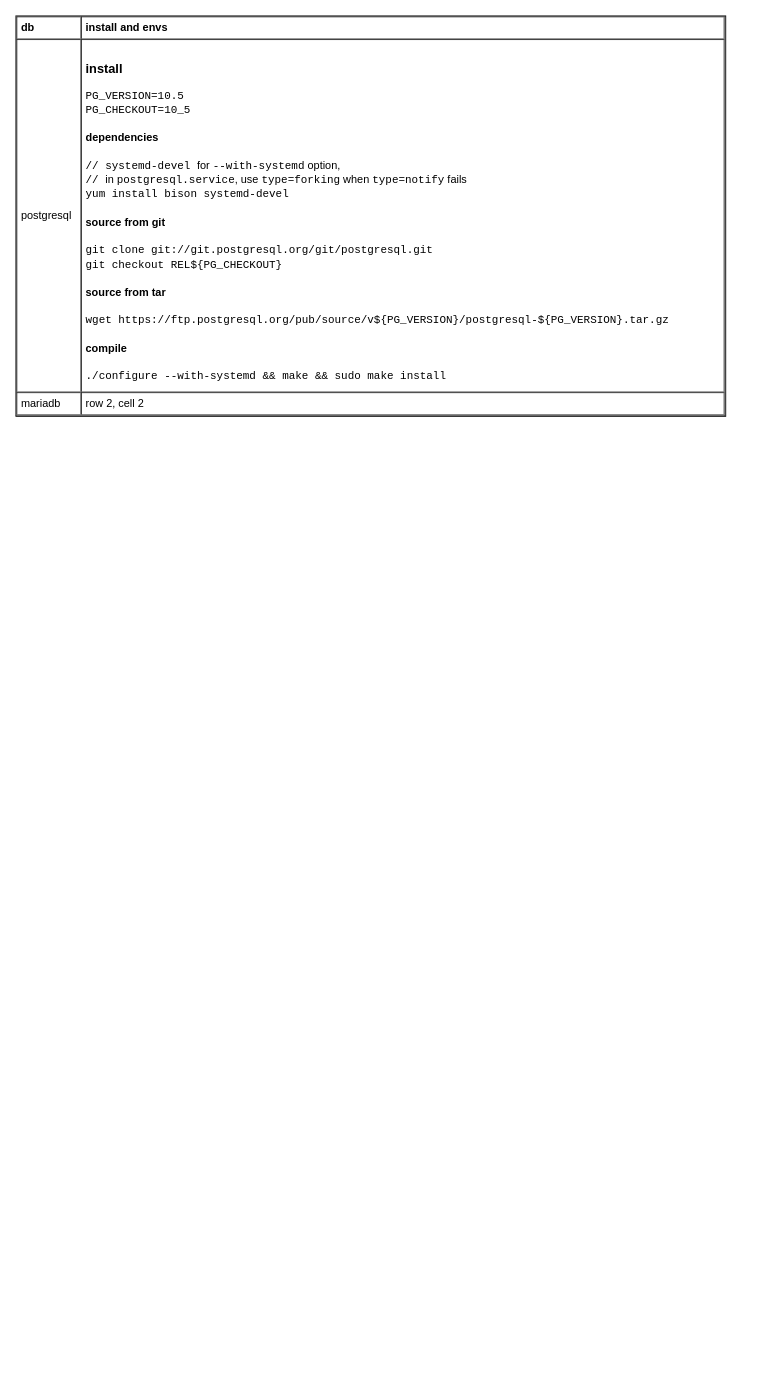
The draw.io diagram page "install" (2 of 8) of db/db.drawio in yangdj/tf_docs, before the edit. Source tidied: cells renumbered, new cells numbered last; positions are measured from the earlier drawing's top-left corner, leaving out a move shared by most shapes. Both pictures are drawn from the tidied source at 91%, with x=0, y=0 at pixel (15, 15).
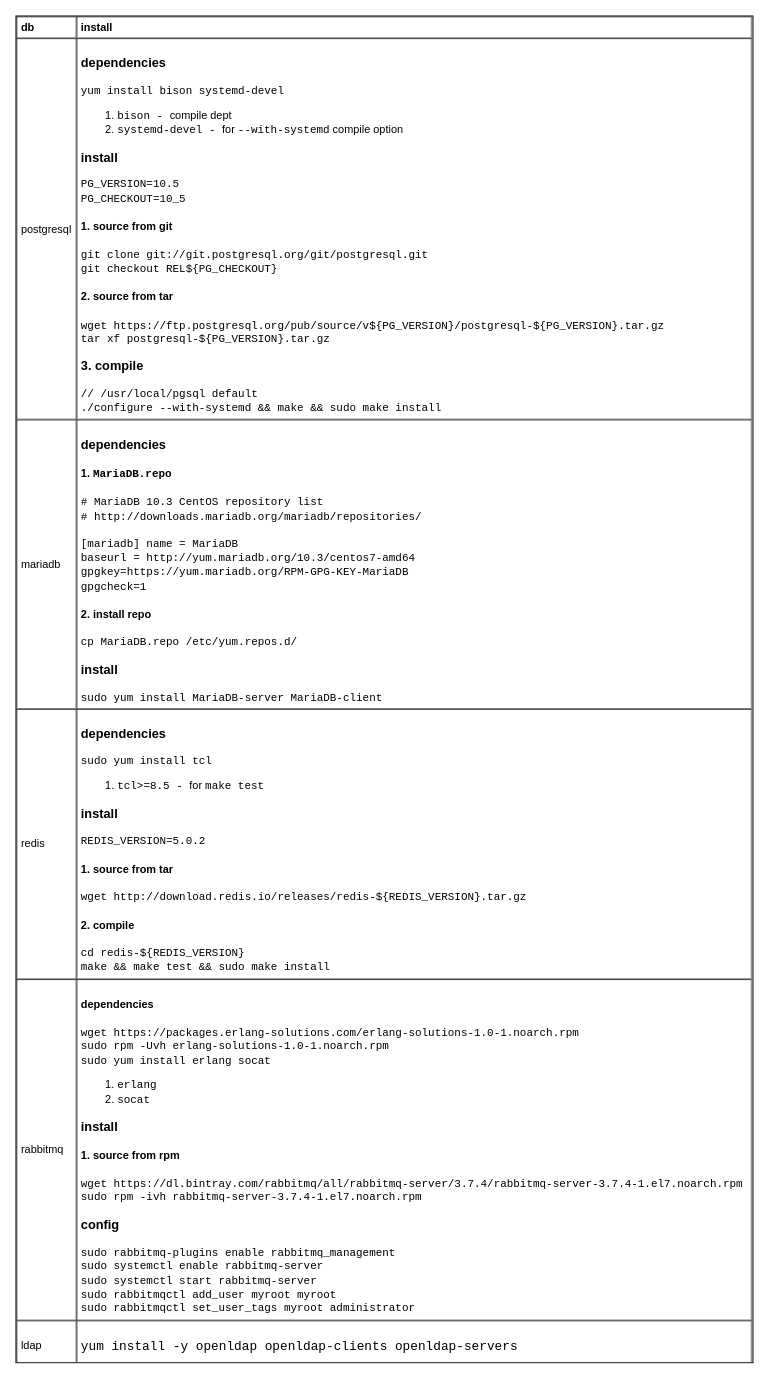
The same diagram, later.

Change to the diagram source:
```diff
@@
 <mxGraphModel>
   <root>
     <mxCell id="0" />
     <mxCell id="1" parent="0" />
-    <mxCell id="2" value="&lt;table cellpadding=&quot;4&quot; cellspacing=&quot;0&quot; border=&quot;1&quot; style=&quot;font-size: 1em ; width: 100% ; height: 100%&quot;&gt;&lt;tbody&gt;&lt;tr&gt;&lt;th&gt;db&lt;/th&gt;&lt;th&gt;install and envs&lt;/th&gt;&lt;/tr&gt;&lt;tr&gt;&lt;td&gt;postgresql&lt;/td&gt;&lt;td&gt;&lt;h3&gt;install&lt;/h3&gt;&lt;div&gt;&lt;font face=&quot;Courier New&quot;&gt;PG_VERSION=10.5&lt;/font&gt;&lt;/div&gt;&lt;div&gt;&lt;font face=&quot;Courier New&quot;&gt;PG_CHECKOUT=10_5&lt;/font&gt;&lt;/div&gt;&lt;h4&gt;dependencies&lt;/h4&gt;&lt;div&gt;&lt;font face=&quot;Courier New&quot;&gt;//&amp;nbsp;systemd-devel&amp;nbsp;&lt;/font&gt;for &lt;font face=&quot;Courier New&quot;&gt;--with-systemd&lt;/font&gt;&amp;nbsp;option,&amp;nbsp;&lt;/div&gt;&lt;div&gt;&lt;span style=&quot;font-size: 1em&quot;&gt;&lt;font face=&quot;Courier New&quot;&gt;// &lt;/font&gt;in &lt;font face=&quot;Courier New&quot;&gt;postgresql.service&lt;/font&gt;,&amp;nbsp;&lt;/span&gt;&lt;span style=&quot;font-size: 1em&quot;&gt;use &lt;font face=&quot;Courier New&quot;&gt;type=forking&lt;/font&gt;&lt;/span&gt;&lt;span style=&quot;font-size: 1em&quot;&gt;&amp;nbsp;when &lt;font face=&quot;Courier New&quot;&gt;type=notify&lt;/font&gt;&amp;nbsp;fails&lt;/span&gt;&lt;/div&gt;&lt;div&gt;&lt;font face=&quot;Courier New&quot;&gt;yum install bison systemd-devel&lt;/font&gt;&lt;/div&gt;&lt;h4&gt;source from git&lt;/h4&gt;&lt;div&gt;&lt;font face=&quot;Courier New&quot;&gt;git clone git://git.postgresql.org/git/postgresql.git&lt;br&gt;&lt;/font&gt;&lt;/div&gt;&lt;div&gt;&lt;font face=&quot;Courier New&quot;&gt;git checkout REL${PG_CHECKOUT}&lt;/font&gt;&lt;/div&gt;&lt;h4&gt;source from tar&lt;/h4&gt;&lt;div&gt;&lt;font face=&quot;Courier New&quot;&gt;wget https://ftp.postgresql.org/pub/source/v${PG_VERSION}/postgresql-${PG_VERSION}.tar.gz&lt;/font&gt;&lt;/div&gt;&lt;h4&gt;compile&lt;/h4&gt;&lt;div&gt;&lt;font face=&quot;Courier New&quot;&gt;./configure --with-systemd &amp;amp;&amp;amp; make &amp;amp;&amp;amp; sudo make install&lt;br&gt;&lt;/font&gt;&lt;/div&gt;&lt;/td&gt;&lt;/tr&gt;&lt;tr&gt;&lt;td&gt;mariadb&lt;/td&gt;&lt;td&gt;row 2, cell 2&lt;/td&gt;&lt;/tr&gt;&lt;/tbody&gt;&lt;/table&gt; " style="verticalAlign=top;align=left;overflow=fill;fontSize=12;fontFamily=Helvetica;html=1;" parent="1" vertex="1">
-      <mxGeometry width="780" height="440" as="geometry" />
+    <mxCell id="2" value="&lt;table cellpadding=&quot;4&quot; cellspacing=&quot;0&quot; border=&quot;1&quot; style=&quot;font-size: 1em ; width: 100% ; height: 100%&quot;&gt;&lt;tbody&gt;&lt;tr&gt;&lt;th&gt;db&lt;/th&gt;&lt;th&gt;install&lt;/th&gt;&lt;/tr&gt;&lt;tr&gt;&lt;td&gt;postgresql&lt;/td&gt;&lt;td&gt;&lt;h3&gt;dependencies&lt;/h3&gt;&lt;div&gt;&lt;span style=&quot;font-family: &amp;#34;courier new&amp;#34; ; font-size: 1em&quot;&gt;yum install bison systemd-devel&lt;/span&gt;&lt;br&gt;&lt;/div&gt;&lt;div&gt;&lt;div&gt;&lt;ol&gt;&lt;li&gt;&lt;font face=&quot;Courier New&quot;&gt;bison - &lt;/font&gt;compile dept&lt;/li&gt;&lt;li&gt;&lt;font face=&quot;Courier New&quot;&gt;systemd-devel -&amp;nbsp;&lt;/font&gt;for&amp;nbsp;&lt;font face=&quot;Courier New&quot;&gt;--with-systemd&lt;/font&gt;&amp;nbsp;compile option&lt;/li&gt;&lt;/ol&gt;&lt;/div&gt;&lt;/div&gt;&lt;h3&gt;install&lt;/h3&gt;&lt;div&gt;&lt;div&gt;&lt;font face=&quot;Courier New&quot;&gt;PG_VERSION=10.5&lt;/font&gt;&lt;/div&gt;&lt;div&gt;&lt;font face=&quot;Courier New&quot;&gt;PG_CHECKOUT=10_5&lt;/font&gt;&lt;/div&gt;&lt;/div&gt;&lt;h4&gt;1. source from git&lt;/h4&gt;&lt;div&gt;&lt;font face=&quot;Courier New&quot;&gt;git clone git://git.postgresql.org/git/postgresql.git&lt;br&gt;&lt;/font&gt;&lt;/div&gt;&lt;div&gt;&lt;font face=&quot;Courier New&quot;&gt;git checkout REL${PG_CHECKOUT}&lt;/font&gt;&lt;/div&gt;&lt;h4&gt;2. source from tar&lt;/h4&gt;&lt;div&gt;&lt;font face=&quot;Courier New&quot;&gt;wget https://ftp.postgresql.org/pub/source/v${PG_VERSION}/postgresql-${PG_VERSION}.tar.gz&lt;/font&gt;&lt;/div&gt;&lt;div&gt;&lt;font face=&quot;Courier New&quot;&gt;tar xf postgresql-${PG_VERSION}.tar.gz&lt;br&gt;&lt;/font&gt;&lt;/div&gt;&lt;h3&gt;3. compile&lt;/h3&gt;&lt;div&gt;&lt;font face=&quot;Courier New&quot;&gt;// &lt;/font&gt;&lt;span&gt;&lt;font face=&quot;Courier New&quot;&gt;/usr/local/pgsql default&lt;/font&gt;&lt;/span&gt;&lt;/div&gt;&lt;div&gt;&lt;font face=&quot;Courier New&quot;&gt;./configure --with-systemd &amp;amp;&amp;amp; make &amp;amp;&amp;amp; sudo make install&lt;br&gt;&lt;/font&gt;&lt;/div&gt;&lt;/td&gt;&lt;/tr&gt;&lt;tr&gt;&lt;td&gt;mariadb&lt;/td&gt;&lt;td&gt;&lt;h3&gt;dependencies&lt;/h3&gt;&lt;h4&gt;1. &lt;font face=&quot;Courier New&quot;&gt;MariaDB.repo&lt;/font&gt;&lt;/h4&gt;&lt;div&gt;&lt;font face=&quot;Courier New&quot;&gt;# MariaDB 10.3 CentOS repository list&lt;/font&gt;&lt;/div&gt;&lt;div&gt;&lt;font face=&quot;Courier New&quot;&gt;# http://downloads.mariadb.org/mariadb/repositories/&lt;/font&gt;&lt;/div&gt;&lt;div&gt;&lt;font face=&quot;Courier New&quot;&gt;&lt;br&gt;&lt;/font&gt;&lt;/div&gt;&lt;div&gt;&lt;font face=&quot;Courier New&quot;&gt;[mariadb] name = MariaDB&lt;/font&gt;&lt;/div&gt;&lt;div&gt;&lt;font face=&quot;Courier New&quot;&gt;baseurl = http://yum.mariadb.org/10.3/centos7-amd64&amp;nbsp;&lt;/font&gt;&lt;/div&gt;&lt;div&gt;&lt;font face=&quot;Courier New&quot;&gt;gpgkey=https://yum.mariadb.org/RPM-GPG-KEY-MariaDB&lt;/font&gt;&lt;/div&gt;&lt;div&gt;&lt;font face=&quot;Courier New&quot;&gt;gpgcheck=1&lt;/font&gt;&lt;/div&gt;&lt;h4&gt;2. install repo&lt;/h4&gt;&lt;div&gt;&lt;font face=&quot;Courier New&quot;&gt;cp MariaDB.repo /etc/yum.repos.d/&lt;/font&gt;&lt;/div&gt;&lt;h3&gt;install&lt;/h3&gt;&lt;div&gt;&lt;font face=&quot;Courier New&quot;&gt;sudo yum install MariaDB-server MariaDB-client&lt;/font&gt;&lt;br&gt;&lt;/div&gt;&lt;/td&gt;&lt;/tr&gt;&lt;tr&gt;&lt;td&gt;redis&lt;/td&gt;&lt;td&gt;&lt;h3&gt;dependencies&lt;/h3&gt;&lt;div&gt;&lt;span style=&quot;font-family: &amp;#34;courier new&amp;#34; ; font-size: 1em&quot;&gt;sudo yum install tcl&lt;/span&gt;&lt;br&gt;&lt;/div&gt;&lt;div&gt;&lt;ol&gt;&lt;li&gt;&lt;font face=&quot;Courier New&quot;&gt;tcl&amp;gt;=8.5 - &lt;/font&gt;for &lt;font face=&quot;Courier New&quot;&gt;make test&lt;br&gt;&lt;/font&gt;&lt;/li&gt;&lt;/ol&gt;&lt;/div&gt;&lt;h3&gt;install&lt;/h3&gt;&lt;div&gt;&lt;font face=&quot;Courier New&quot;&gt;REDIS_VERSION=5.0.2&lt;/font&gt;&lt;/div&gt;&lt;h4&gt;1. source from tar&lt;/h4&gt;&lt;div&gt;&lt;font face=&quot;Courier New&quot;&gt;wget http://download.redis.io/releases/redis-${REDIS_VERSION}.tar.gz&lt;br&gt;&lt;/font&gt;&lt;/div&gt;&lt;h4&gt;2. compile&lt;/h4&gt;&lt;div&gt;&lt;font face=&quot;Courier New&quot;&gt;cd redis-${REDIS_VERSION}&lt;/font&gt;&lt;/div&gt;&lt;div&gt;&lt;font face=&quot;Courier New&quot;&gt;make &amp;amp;&amp;amp; make test &amp;amp;&amp;amp; sudo make install&lt;/font&gt;&lt;/div&gt;&lt;/td&gt;&lt;/tr&gt;&lt;tr&gt;&lt;td&gt;rabbitmq&lt;/td&gt;&lt;td&gt;&lt;h4&gt;dependencies&lt;/h4&gt;&lt;div&gt;&lt;font face=&quot;Courier New&quot;&gt;wget https://packages.erlang-solutions.com/erlang-solutions-1.0-1.noarch.rpm&lt;/font&gt;&lt;/div&gt;&lt;div&gt;&lt;font face=&quot;Courier New&quot;&gt;sudo rpm -Uvh erlang-solutions-1.0-1.noarch.rpm&lt;/font&gt;&lt;br&gt;&lt;/div&gt;&lt;div&gt;&lt;font face=&quot;Courier New&quot;&gt;sudo yum install erlang socat&lt;br&gt;&lt;/font&gt;&lt;/div&gt;&lt;div&gt;&lt;ol&gt;&lt;li&gt;&lt;span style=&quot;font-family: &amp;#34;courier new&amp;#34; ; font-size: 1em&quot;&gt;erlang&lt;/span&gt;&lt;br&gt;&lt;/li&gt;&lt;li&gt;&lt;span style=&quot;font-family: &amp;#34;courier new&amp;#34; ; font-size: 1em&quot;&gt;socat&lt;/span&gt;&lt;/li&gt;&lt;/ol&gt;&lt;h3&gt;install&lt;/h3&gt;&lt;/div&gt;&lt;h4&gt;1. source from rpm&lt;/h4&gt;&lt;div&gt;&lt;font face=&quot;Courier New&quot;&gt;wget https://dl.bintray.com/rabbitmq/all/rabbitmq-server/3.7.4/rabbitmq-server-3.7.4-1.el7.noarch.rpm&lt;br&gt;&lt;/font&gt;&lt;/div&gt;&lt;div&gt;&lt;font face=&quot;Courier New&quot;&gt;sudo rpm -ivh rabbitmq-server-3.7.4-1.el7.noarch.rpm&lt;/font&gt;&lt;/div&gt;&lt;h3&gt;config&lt;/h3&gt;&lt;div&gt;&lt;font face=&quot;Courier New&quot;&gt;sudo rabbitmq-plugins enable rabbitmq_management&lt;/font&gt;&lt;/div&gt;&lt;div&gt;&lt;font face=&quot;Courier New&quot;&gt;sudo systemctl enable rabbitmq-server&lt;/font&gt;&lt;/div&gt;&lt;div&gt;&lt;font face=&quot;Courier New&quot;&gt;sudo systemctl start rabbitmq-server&lt;/font&gt;&lt;/div&gt;&lt;div&gt;&lt;font face=&quot;Courier New&quot;&gt;sudo rabbitmqctl add_user myroot myroot&lt;/font&gt;&lt;/div&gt;&lt;div&gt;&lt;font face=&quot;Courier New&quot;&gt;sudo rabbitmqctl set_user_tags myroot administrator&lt;/font&gt;&lt;br&gt;&lt;/div&gt;&lt;/td&gt;&lt;/tr&gt;&lt;tr&gt;&lt;td&gt;ldap&lt;/td&gt;&lt;td&gt;&lt;h3&gt;&lt;span style=&quot;font-family: &amp;#34;courier new&amp;#34; ; font-size: 1em ; font-weight: normal&quot;&gt;yum install -y openldap openldap-clients openldap-servers&lt;/span&gt;&lt;br&gt;&lt;/h3&gt;&lt;/td&gt;&lt;/tr&gt;&lt;/tbody&gt;&lt;/table&gt; " style="verticalAlign=top;align=left;overflow=fill;fontSize=12;fontFamily=Helvetica;html=1;" parent="1" vertex="1">
+      <mxGeometry width="810" height="1480" as="geometry" />
     </mxCell>
   </root>
 </mxGraphModel>
```
